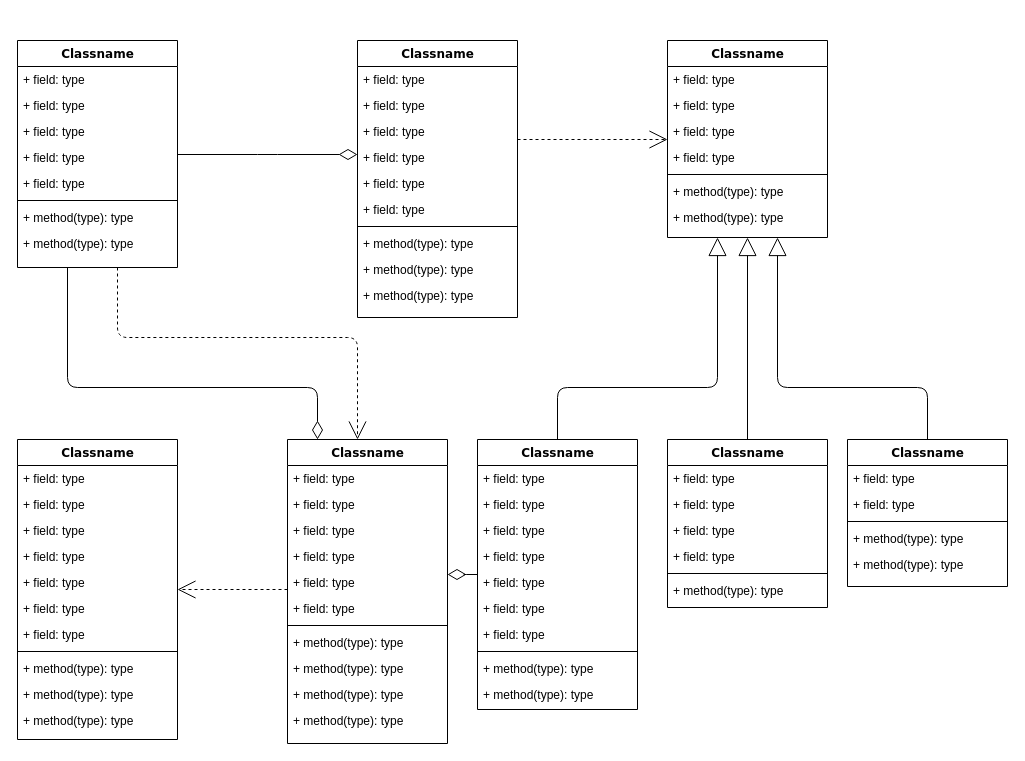
This is Başlıksız Diyagram.drawio from sudenurkomur/Percy-s-Adventure, a draw.io file, before an edit. Source tidied: cells renumbered, new cells numbered last; positions are measured from the earlier drawing's top-left corner, leaving out a move shared by most shapes. Both pictures are drawn from the tidied source at 100%, with x=0, y=0 at pixel (17, 40).
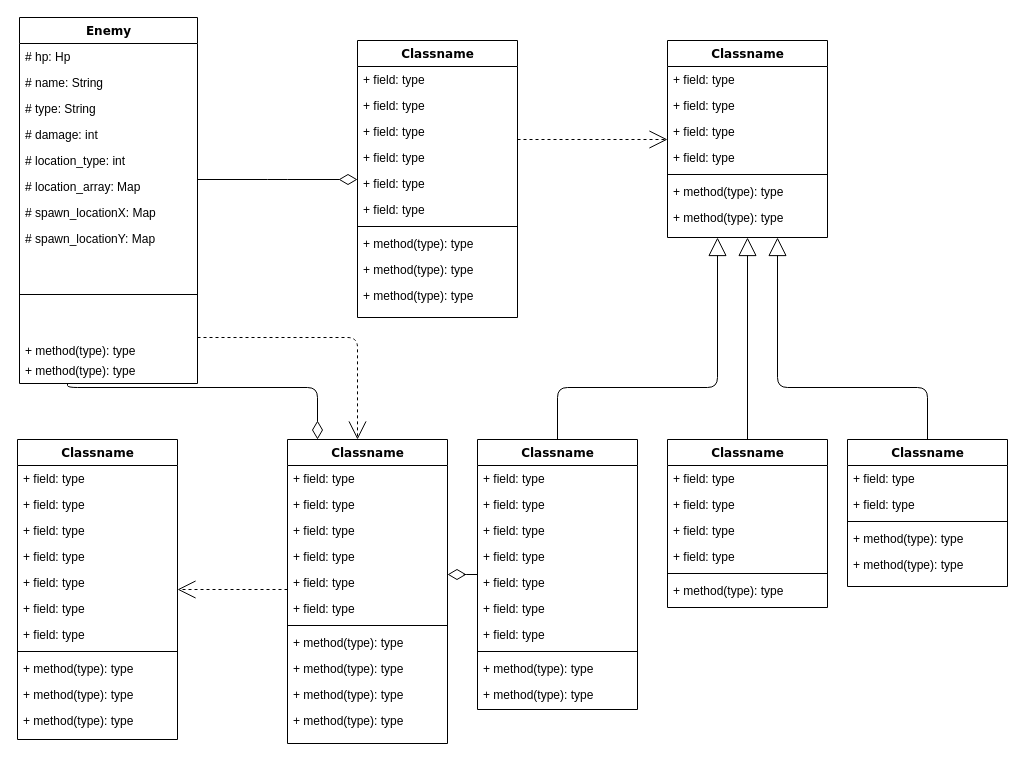
After the change.

The edit, as a diff of the source:
```diff
@@
-    <mxCell id="4" value="Classname" style="swimlane;html=1;fontStyle=1;align=center;verticalAlign=top;horizontal=1;startSize=26;swimlaneFillColor=#ffffff;rounded=0;shadow=0;comic=0;labelBackgroundColor=none;strokeWidth=1;fillColor=none;fontFamily=Verdana;fontSize=12;" parent="1" vertex="1">
-      <mxGeometry width="160" height="227" as="geometry" />
+    <mxCell id="4" value="Enemy" style="swimlane;html=1;fontStyle=1;align=center;verticalAlign=top;horizontal=1;startSize=26;swimlaneFillColor=#ffffff;rounded=0;shadow=0;comic=0;labelBackgroundColor=none;strokeWidth=1;fillColor=none;fontFamily=Verdana;fontSize=12;" parent="1" vertex="1">
+      <mxGeometry x="2" y="-23" width="178" height="366" as="geometry" />
     </mxCell>
-    <mxCell id="5" value="+ field: type" style="text;html=1;strokeColor=none;fillColor=none;align=left;verticalAlign=top;spacingLeft=4;spacingRight=4;whiteSpace=wrap;overflow=hidden;" parent="4" vertex="1">
-      <mxGeometry y="26" width="160" height="26" as="geometry" />
+    <mxCell id="5" value="# hp: Hp" style="text;html=1;strokeColor=none;fillColor=none;align=left;verticalAlign=top;spacingLeft=4;spacingRight=4;whiteSpace=wrap;overflow=hidden;" parent="4" vertex="1">
+      <mxGeometry y="26" width="178" height="26" as="geometry" />
     </mxCell>
-    <mxCell id="6" value="+ field: type" style="text;html=1;strokeColor=none;fillColor=none;align=left;verticalAlign=top;spacingLeft=4;spacingRight=4;whiteSpace=wrap;overflow=hidden;" parent="4" vertex="1">
-      <mxGeometry y="52" width="160" height="26" as="geometry" />
+    <mxCell id="6" value="# name: String" style="text;html=1;strokeColor=none;fillColor=none;align=left;verticalAlign=top;spacingLeft=4;spacingRight=4;whiteSpace=wrap;overflow=hidden;" parent="4" vertex="1">
+      <mxGeometry y="52" width="178" height="26" as="geometry" />
     </mxCell>
-    <mxCell id="7" value="+ field: type" style="text;html=1;strokeColor=none;fillColor=none;align=left;verticalAlign=top;spacingLeft=4;spacingRight=4;whiteSpace=wrap;overflow=hidden;" parent="4" vertex="1">
-      <mxGeometry y="78" width="160" height="26" as="geometry" />
+    <mxCell id="7" value="# type: String" style="text;html=1;strokeColor=none;fillColor=none;align=left;verticalAlign=top;spacingLeft=4;spacingRight=4;whiteSpace=wrap;overflow=hidden;" parent="4" vertex="1">
+      <mxGeometry y="78" width="178" height="26" as="geometry" />
     </mxCell>
-    <mxCell id="8" value="+ field: type" style="text;html=1;strokeColor=none;fillColor=none;align=left;verticalAlign=top;spacingLeft=4;spacingRight=4;whiteSpace=wrap;overflow=hidden;" parent="4" vertex="1">
-      <mxGeometry y="104" width="160" height="26" as="geometry" />
+    <mxCell id="8" value="# damage: int" style="text;html=1;strokeColor=none;fillColor=none;align=left;verticalAlign=top;spacingLeft=4;spacingRight=4;whiteSpace=wrap;overflow=hidden;" parent="4" vertex="1">
+      <mxGeometry y="104" width="178" height="26" as="geometry" />
     </mxCell>
-    <mxCell id="9" value="+ field: type" style="text;html=1;strokeColor=none;fillColor=none;align=left;verticalAlign=top;spacingLeft=4;spacingRight=4;whiteSpace=wrap;overflow=hidden;points=[[0,0.5],[1,0.5]];portConstraint=eastwest;" parent="4" vertex="1">
-      <mxGeometry y="130" width="160" height="26" as="geometry" />
+    <mxCell id="9" value="# location_type: int&lt;div&gt;&lt;br&gt;&lt;/div&gt;" style="text;html=1;strokeColor=none;fillColor=none;align=left;verticalAlign=top;spacingLeft=4;spacingRight=4;whiteSpace=wrap;overflow=hidden;points=[[0,0.5],[1,0.5]];portConstraint=eastwest;" parent="4" vertex="1">
+      <mxGeometry y="130" width="178" height="26" as="geometry" />
     </mxCell>
+    <mxCell id="87" value="# location_array: Map&lt;div&gt;&lt;br&gt;&lt;/div&gt;" style="text;html=1;strokeColor=none;fillColor=none;align=left;verticalAlign=top;spacingLeft=4;spacingRight=4;whiteSpace=wrap;overflow=hidden;" parent="4" vertex="1">
+      <mxGeometry y="156" width="178" height="26" as="geometry" />
+    </mxCell>
+    <mxCell id="88" value="# spawn_locationX: Map&lt;div&gt;&lt;br&gt;&lt;/div&gt;" style="text;html=1;strokeColor=none;fillColor=none;align=left;verticalAlign=top;spacingLeft=4;spacingRight=4;whiteSpace=wrap;overflow=hidden;" parent="4" vertex="1">
+      <mxGeometry y="182" width="178" height="26" as="geometry" />
+    </mxCell>
+    <mxCell id="89" value="&lt;div&gt;# spawn_locationY: Map&lt;div&gt;&lt;br&gt;&lt;/div&gt;&lt;/div&gt;" style="text;html=1;strokeColor=none;fillColor=none;align=left;verticalAlign=top;spacingLeft=4;spacingRight=4;whiteSpace=wrap;overflow=hidden;" parent="4" vertex="1">
+      <mxGeometry y="208" width="178" height="26" as="geometry" />
+    </mxCell>
     <mxCell id="10" style="line;html=1;strokeWidth=1;fillColor=none;align=left;verticalAlign=middle;spacingTop=-1;spacingLeft=3;spacingRight=3;labelPosition=right;" parent="4" vertex="1">
-      <mxGeometry y="156" width="160" height="8" as="geometry" />
+      <mxGeometry y="234" width="178" height="86" as="geometry" />
     </mxCell>
     <mxCell id="11" value="+ method(type): type" style="text;html=1;strokeColor=none;fillColor=none;align=left;verticalAlign=top;spacingLeft=4;spacingRight=4;whiteSpace=wrap;overflow=hidden;" parent="4" vertex="1">
-      <mxGeometry y="164" width="160" height="26" as="geometry" />
+      <mxGeometry y="320" width="178" height="20" as="geometry" />
     </mxCell>
     <mxCell id="12" value="+ method(type): type" style="text;html=1;strokeColor=none;fillColor=none;align=left;verticalAlign=top;spacingLeft=4;spacingRight=4;whiteSpace=wrap;overflow=hidden;" parent="4" vertex="1">
-      <mxGeometry y="190" width="160" height="26" as="geometry" />
+      <mxGeometry y="340" width="178" height="26" as="geometry" />
     </mxCell>
+    <mxCell id="90" style="edgeStyle=orthogonalEdgeStyle;rounded=0;orthogonalLoop=1;jettySize=auto;html=1;exitX=1;exitY=0.5;exitDx=0;exitDy=0;" parent="4" edge="1" source="9" target="9">
+      <mxGeometry relative="1" as="geometry" />
+    </mxCell>
```
